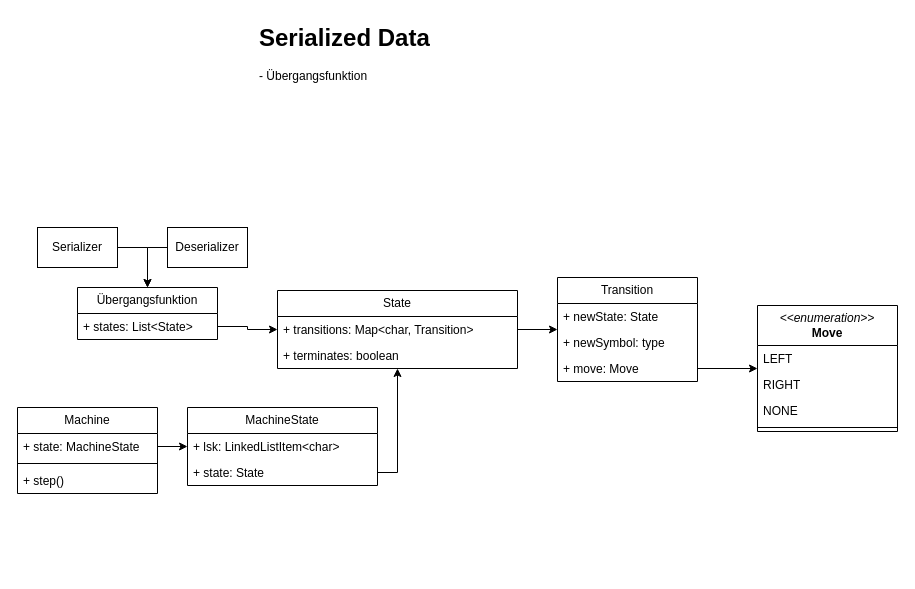
Above: diagramm.drawio in Placeblock/turing-sim (draw.io), before the change. Source tidied: cells renumbered, new cells numbered last; positions are measured from the earlier drawing's top-left corner, leaving out a move shared by most shapes. Both pictures are drawn from the tidied source at 100%, with x=0, y=0 at pixel (17, 17).
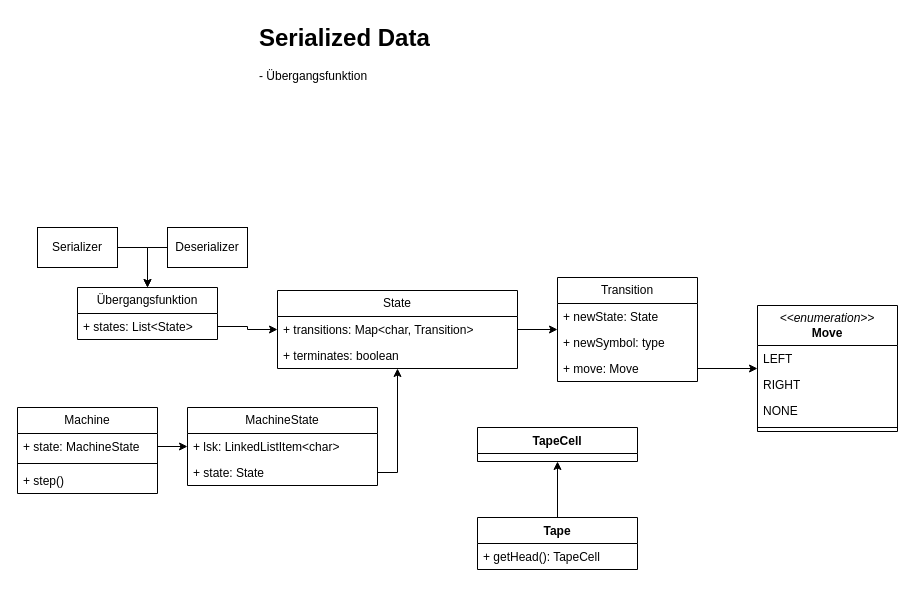
The same diagram, later.

Commit message (it also covers changes not shown here):
Implemented Tape and TapeCell (Linked List deviation)

The edit, as a diff of the source:
```diff
@@
+    <mxCell id="33" value="TapeCell" style="swimlane;fontStyle=1;align=center;verticalAlign=top;horizontal=1;startSize=26;whiteSpace=wrap;html=1;" parent="1" vertex="1">
+      <mxGeometry x="460" y="410" width="160" height="34" as="geometry" />
+    </mxCell>
+    <mxCell id="34" style="edgeStyle=orthogonalEdgeStyle;rounded=0;jettySize=auto;html=1;exitX=0.5;exitY=0;exitDx=0;exitDy=0;entryX=0.5;entryY=1;entryDx=0;entryDy=0;" parent="1" edge="1" source="35" target="33">
+      <mxGeometry relative="1" as="geometry" />
+    </mxCell>
+    <mxCell id="35" value="Tape" style="swimlane;fontStyle=1;align=center;verticalAlign=top;horizontal=1;startSize=26;whiteSpace=wrap;html=1;" parent="1" vertex="1">
+      <mxGeometry x="460" y="500" width="160" height="52" as="geometry" />
+    </mxCell>
+    <mxCell id="36" value="+ getHead(): TapeCell" style="text;strokeColor=none;fillColor=none;align=left;verticalAlign=top;spacingLeft=4;spacingRight=4;overflow=hidden;whiteSpace=wrap;html=1;" parent="35" vertex="1">
+      <mxGeometry y="26" width="160" height="26" as="geometry" />
+    </mxCell>
```
